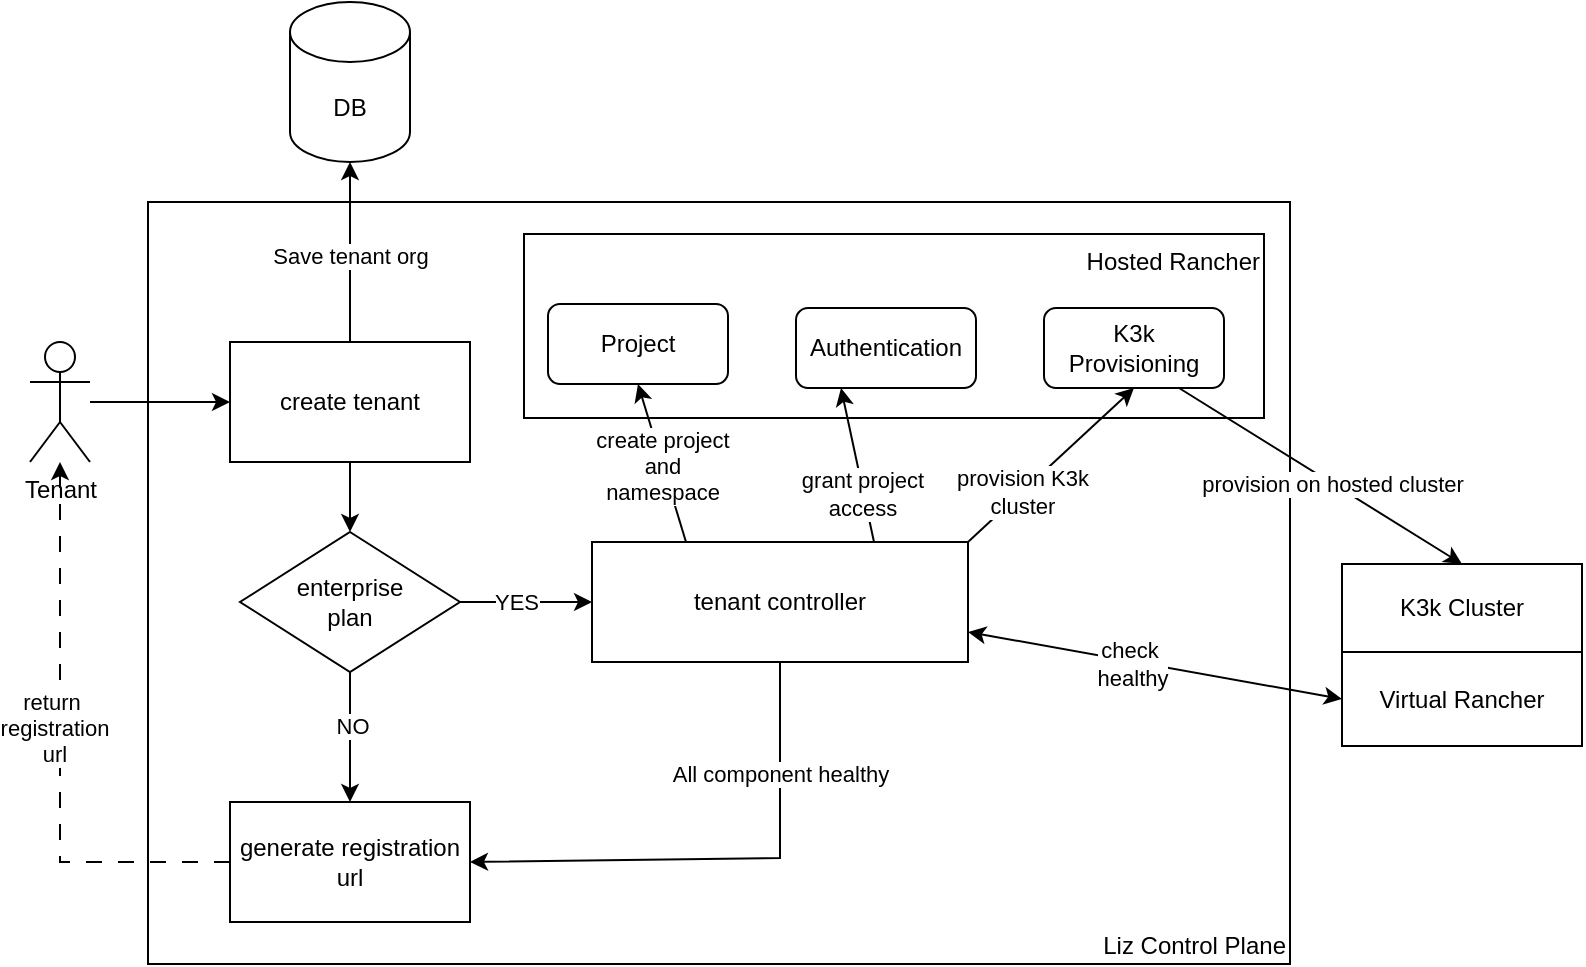
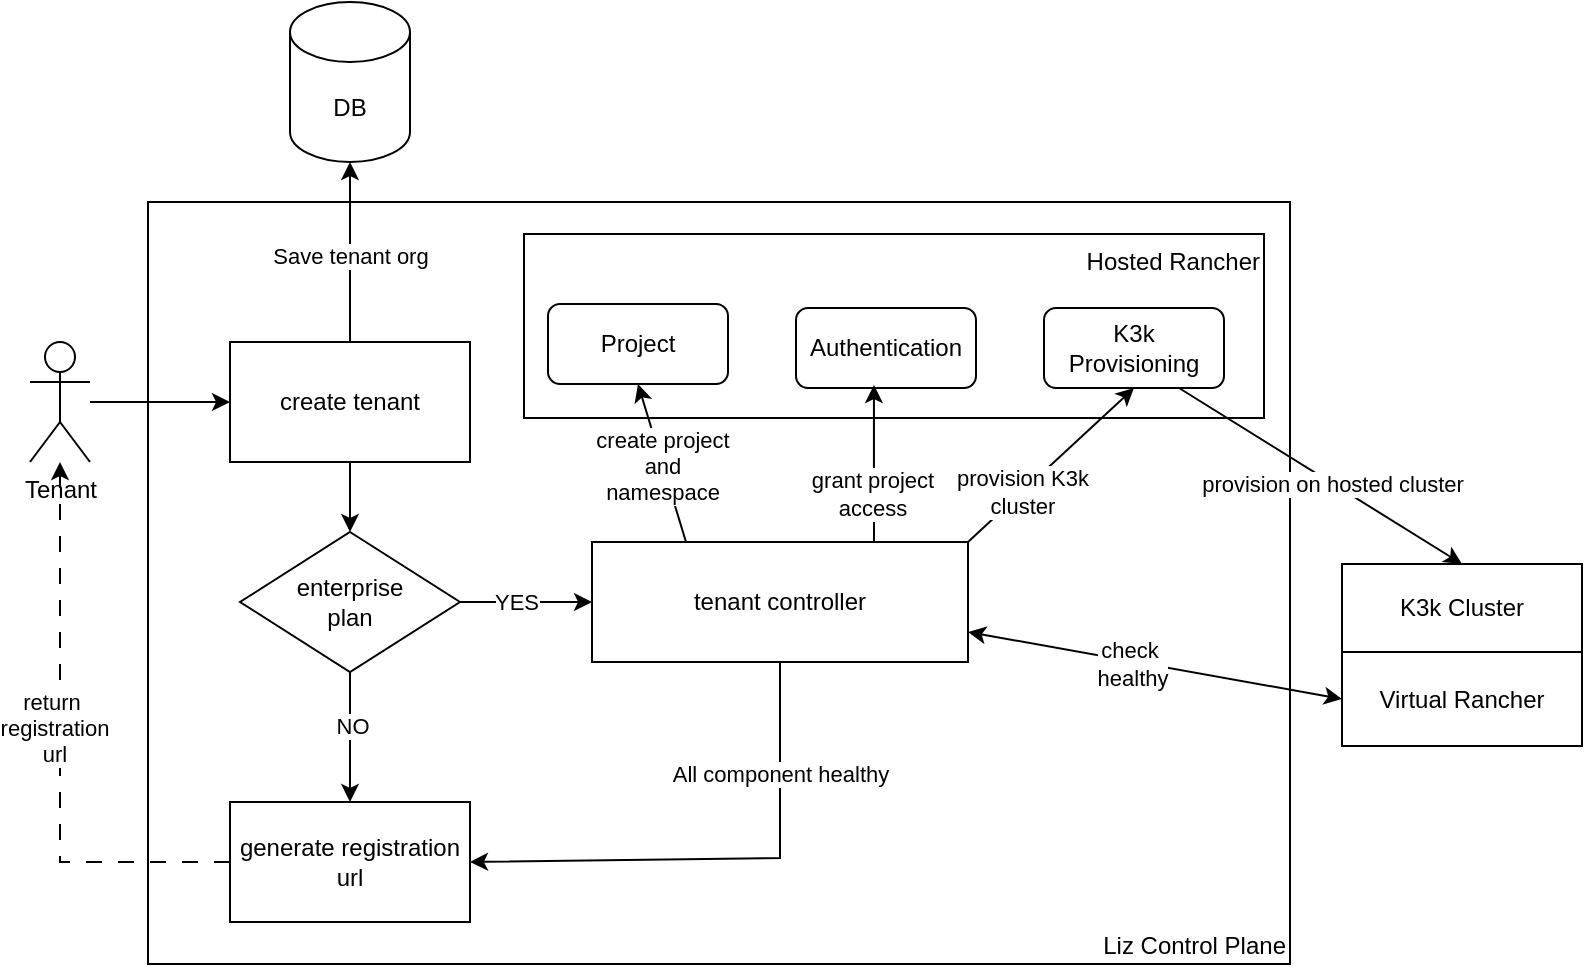
<mxfile host="app.diagrams.net">
  <diagram name="第 1 页" id="L-sD2WPmEqHrs-nHEADV">
    <mxGraphModel dx="1222" dy="745" grid="0" gridSize="10" guides="1" tooltips="1" connect="1" arrows="1" fold="1" page="1" pageScale="1" pageWidth="827" pageHeight="1169" math="0" shadow="0">
      <root>
        <mxCell id="0" />
        <mxCell id="1" parent="0" />
        <mxCell id="s9PzU-UQ4cBH2LS_8AfC-17" parent="1" style="rounded=0;whiteSpace=wrap;html=1;verticalAlign=bottom;align=right;" value="Liz Control Plane" vertex="1">
          <mxGeometry height="381" width="571" x="88" y="180" as="geometry" />
        </mxCell>
        <mxCell id="RmhtLynf-h64byK3Bh4Q-11" edge="1" parent="1" source="RmhtLynf-h64byK3Bh4Q-1" style="edgeStyle=orthogonalEdgeStyle;rounded=0;orthogonalLoop=1;jettySize=auto;html=1;" target="RmhtLynf-h64byK3Bh4Q-5" value="">
          <mxGeometry relative="1" as="geometry" />
        </mxCell>
        <mxCell id="RmhtLynf-h64byK3Bh4Q-1" parent="1" style="shape=umlActor;verticalLabelPosition=bottom;verticalAlign=top;html=1;outlineConnect=0;" value="Tenant" vertex="1">
          <mxGeometry height="60" width="30" x="29" y="250" as="geometry" />
        </mxCell>
        <mxCell id="RmhtLynf-h64byK3Bh4Q-21" edge="1" parent="1" source="RmhtLynf-h64byK3Bh4Q-5" style="edgeStyle=orthogonalEdgeStyle;rounded=0;orthogonalLoop=1;jettySize=auto;html=1;" target="RmhtLynf-h64byK3Bh4Q-20" value="">
          <mxGeometry relative="1" as="geometry" />
        </mxCell>
        <mxCell id="RmhtLynf-h64byK3Bh4Q-5" parent="1" style="rounded=0;whiteSpace=wrap;html=1;" value="create tenant" vertex="1">
          <mxGeometry height="60" width="120" x="129" y="250" as="geometry" />
        </mxCell>
        <mxCell id="RmhtLynf-h64byK3Bh4Q-6" parent="1" style="shape=cylinder3;whiteSpace=wrap;html=1;boundedLbl=1;backgroundOutline=1;size=15;" value="DB" vertex="1">
          <mxGeometry height="80" width="60" x="159" y="80" as="geometry" />
        </mxCell>
        <mxCell id="RmhtLynf-h64byK3Bh4Q-7" parent="1" style="rounded=0;whiteSpace=wrap;html=1;verticalAlign=top;align=right;" value="Hosted Rancher" vertex="1">
          <mxGeometry height="92" width="370" x="276" y="196" as="geometry" />
        </mxCell>
        <mxCell id="RmhtLynf-h64byK3Bh4Q-8" parent="1" style="rounded=1;whiteSpace=wrap;html=1;" value="Project" vertex="1">
          <mxGeometry height="40" width="90" x="288" y="231" as="geometry" />
        </mxCell>
        <mxCell id="RmhtLynf-h64byK3Bh4Q-9" parent="1" style="rounded=1;whiteSpace=wrap;html=1;" value="Authentication" vertex="1">
          <mxGeometry height="40" width="90" x="412" y="233" as="geometry" />
        </mxCell>
        <mxCell id="RmhtLynf-h64byK3Bh4Q-10" parent="1" style="rounded=1;whiteSpace=wrap;html=1;" value="K3k Provisioning" vertex="1">
          <mxGeometry height="40" width="90" x="536" y="233" as="geometry" />
        </mxCell>
        <mxCell id="RmhtLynf-h64byK3Bh4Q-12" edge="1" parent="1" source="RmhtLynf-h64byK3Bh4Q-5" style="endArrow=classic;html=1;rounded=0;exitX=0.5;exitY=0;exitDx=0;exitDy=0;entryX=0.5;entryY=1;entryDx=0;entryDy=0;entryPerimeter=0;" value="">
          <mxGeometry height="50" relative="1" width="50" as="geometry">
            <mxPoint x="229" y="230" as="sourcePoint" />
            <mxPoint x="189" y="160" as="targetPoint" />
          </mxGeometry>
        </mxCell>
        <mxCell id="RmhtLynf-h64byK3Bh4Q-13" connectable="0" parent="RmhtLynf-h64byK3Bh4Q-12" style="edgeLabel;html=1;align=center;verticalAlign=middle;resizable=0;points=[];" value="Save tenant org" vertex="1">
          <mxGeometry relative="1" x="-0.3448" as="geometry">
            <mxPoint y="-14" as="offset" />
          </mxGeometry>
        </mxCell>
        <mxCell id="RmhtLynf-h64byK3Bh4Q-28" edge="1" parent="1" source="RmhtLynf-h64byK3Bh4Q-20" style="edgeStyle=orthogonalEdgeStyle;rounded=0;orthogonalLoop=1;jettySize=auto;html=1;" target="RmhtLynf-h64byK3Bh4Q-27" value="">
          <mxGeometry relative="1" as="geometry" />
        </mxCell>
        <mxCell id="RmhtLynf-h64byK3Bh4Q-29" connectable="0" parent="RmhtLynf-h64byK3Bh4Q-28" style="edgeLabel;html=1;align=center;verticalAlign=middle;resizable=0;points=[];" value="NO" vertex="1">
          <mxGeometry relative="1" x="-0.1692" y="1" as="geometry">
            <mxPoint as="offset" />
          </mxGeometry>
        </mxCell>
        <mxCell id="s9PzU-UQ4cBH2LS_8AfC-2" edge="1" parent="1" source="RmhtLynf-h64byK3Bh4Q-20" style="edgeStyle=orthogonalEdgeStyle;rounded=0;orthogonalLoop=1;jettySize=auto;html=1;" target="s9PzU-UQ4cBH2LS_8AfC-1" value="">
          <mxGeometry relative="1" as="geometry" />
        </mxCell>
        <mxCell id="s9PzU-UQ4cBH2LS_8AfC-3" connectable="0" parent="s9PzU-UQ4cBH2LS_8AfC-2" style="edgeLabel;html=1;align=center;verticalAlign=middle;resizable=0;points=[];" value="YES" vertex="1">
          <mxGeometry relative="1" x="-0.2632" as="geometry">
            <mxPoint x="3" as="offset" />
          </mxGeometry>
        </mxCell>
        <mxCell id="RmhtLynf-h64byK3Bh4Q-20" parent="1" style="rhombus;whiteSpace=wrap;html=1;" value="enterprise&lt;div&gt;plan&lt;/div&gt;" vertex="1">
          <mxGeometry height="70" width="110" x="134" y="345" as="geometry" />
        </mxCell>
        <mxCell id="RmhtLynf-h64byK3Bh4Q-24" parent="1" style="rounded=0;whiteSpace=wrap;html=1;verticalAlign=middle;align=center;" value="Virtual Rancher" vertex="1">
          <mxGeometry height="47" width="120" x="685" y="405" as="geometry" />
        </mxCell>
        <mxCell id="RmhtLynf-h64byK3Bh4Q-27" parent="1" style="rounded=0;whiteSpace=wrap;html=1;" value="generate registration url" vertex="1">
          <mxGeometry height="60" width="120" x="129" y="480" as="geometry" />
        </mxCell>
        <mxCell id="RmhtLynf-h64byK3Bh4Q-31" edge="1" parent="1" source="RmhtLynf-h64byK3Bh4Q-27" style="endArrow=classic;html=1;rounded=0;exitX=0;exitY=0.5;exitDx=0;exitDy=0;dashed=1;dashPattern=8 8;" target="RmhtLynf-h64byK3Bh4Q-1" value="">
          <mxGeometry height="50" relative="1" width="50" as="geometry">
            <Array as="points">
              <mxPoint x="44" y="510" />
            </Array>
            <mxPoint x="9" y="530" as="sourcePoint" />
            <mxPoint x="59" y="480" as="targetPoint" />
          </mxGeometry>
        </mxCell>
        <mxCell id="RmhtLynf-h64byK3Bh4Q-32" connectable="0" parent="RmhtLynf-h64byK3Bh4Q-31" style="edgeLabel;html=1;align=center;verticalAlign=middle;resizable=0;points=[];" value="return&amp;nbsp;&lt;div&gt;registration&lt;/div&gt;&lt;div&gt;url&lt;/div&gt;" vertex="1">
          <mxGeometry relative="1" x="0.0667" y="3" as="geometry">
            <mxPoint as="offset" />
          </mxGeometry>
        </mxCell>
        <mxCell id="s9PzU-UQ4cBH2LS_8AfC-1" parent="1" style="rounded=0;whiteSpace=wrap;html=1;" value="tenant controller" vertex="1">
          <mxGeometry height="60" width="188" x="310" y="350" as="geometry" />
        </mxCell>
        <mxCell id="s9PzU-UQ4cBH2LS_8AfC-4" edge="1" parent="1" source="s9PzU-UQ4cBH2LS_8AfC-1" style="endArrow=classic;html=1;rounded=0;exitX=0.25;exitY=0;exitDx=0;exitDy=0;entryX=0.5;entryY=1;entryDx=0;entryDy=0;" target="RmhtLynf-h64byK3Bh4Q-8" value="">
          <mxGeometry height="50" relative="1" width="50" as="geometry">
            <mxPoint x="343" y="334" as="sourcePoint" />
            <mxPoint x="393" y="284" as="targetPoint" />
          </mxGeometry>
        </mxCell>
        <mxCell id="s9PzU-UQ4cBH2LS_8AfC-5" connectable="0" parent="s9PzU-UQ4cBH2LS_8AfC-4" style="edgeLabel;html=1;align=center;verticalAlign=middle;resizable=0;points=[];" value="create project&lt;div&gt;and&lt;/div&gt;&lt;div&gt;namespace&lt;/div&gt;" vertex="1">
          <mxGeometry relative="1" x="-0.0292" y="1" as="geometry">
            <mxPoint as="offset" />
          </mxGeometry>
        </mxCell>
-         <mxCell id="s9PzU-UQ4cBH2LS_8AfC-6" edge="1" parent="1" source="s9PzU-UQ4cBH2LS_8AfC-1" style="endArrow=classic;html=1;rounded=0;exitX=0.75;exitY=0;exitDx=0;exitDy=0;entryX=0.25;entryY=1;entryDx=0;entryDy=0;" target="RmhtLynf-h64byK3Bh4Q-9" value="">
+         <mxCell id="s9PzU-UQ4cBH2LS_8AfC-6" edge="1" parent="1" source="s9PzU-UQ4cBH2LS_8AfC-1" style="endArrow=classic;html=1;rounded=0;exitX=0.75;exitY=0;exitDx=0;exitDy=0;entryX=0.433;entryY=0.963;entryDx=0;entryDy=0;entryPerimeter=0;" target="RmhtLynf-h64byK3Bh4Q-9" value="">
          <mxGeometry height="50" relative="1" width="50" as="geometry">
            <mxPoint x="444" y="339" as="sourcePoint" />
            <mxPoint x="494" y="289" as="targetPoint" />
          </mxGeometry>
        </mxCell>
        <mxCell id="s9PzU-UQ4cBH2LS_8AfC-7" connectable="0" parent="s9PzU-UQ4cBH2LS_8AfC-6" style="edgeLabel;html=1;align=center;verticalAlign=middle;resizable=0;points=[];" value="grant project&lt;div&gt;access&lt;/div&gt;" vertex="1">
          <mxGeometry relative="1" x="-0.3697" y="1" as="geometry">
            <mxPoint as="offset" />
          </mxGeometry>
        </mxCell>
        <mxCell id="s9PzU-UQ4cBH2LS_8AfC-8" edge="1" parent="1" source="s9PzU-UQ4cBH2LS_8AfC-1" style="endArrow=classic;html=1;rounded=0;exitX=1;exitY=0;exitDx=0;exitDy=0;entryX=0.5;entryY=1;entryDx=0;entryDy=0;" target="RmhtLynf-h64byK3Bh4Q-10" value="">
          <mxGeometry height="50" relative="1" width="50" as="geometry">
            <mxPoint x="524" y="364" as="sourcePoint" />
            <mxPoint x="574" y="314" as="targetPoint" />
          </mxGeometry>
        </mxCell>
        <mxCell id="s9PzU-UQ4cBH2LS_8AfC-9" connectable="0" parent="s9PzU-UQ4cBH2LS_8AfC-8" style="edgeLabel;html=1;align=center;verticalAlign=middle;resizable=0;points=[];" value="provision K3k&lt;div&gt;cluster&lt;/div&gt;" vertex="1">
          <mxGeometry relative="1" x="-0.3336" y="1" as="geometry">
            <mxPoint y="1" as="offset" />
          </mxGeometry>
        </mxCell>
        <mxCell id="s9PzU-UQ4cBH2LS_8AfC-10" parent="1" style="rounded=0;whiteSpace=wrap;html=1;" value="K3k Cluster" vertex="1">
          <mxGeometry height="44" width="120" x="685" y="361" as="geometry" />
        </mxCell>
        <mxCell id="s9PzU-UQ4cBH2LS_8AfC-11" edge="1" parent="1" source="RmhtLynf-h64byK3Bh4Q-10" style="endArrow=classic;html=1;rounded=0;exitX=0.75;exitY=1;exitDx=0;exitDy=0;entryX=0.5;entryY=0;entryDx=0;entryDy=0;" target="s9PzU-UQ4cBH2LS_8AfC-10" value="">
          <mxGeometry height="50" relative="1" width="50" as="geometry">
            <mxPoint x="748" y="334" as="sourcePoint" />
            <mxPoint x="798" y="284" as="targetPoint" />
          </mxGeometry>
        </mxCell>
        <mxCell id="s9PzU-UQ4cBH2LS_8AfC-12" connectable="0" parent="s9PzU-UQ4cBH2LS_8AfC-11" style="edgeLabel;html=1;align=center;verticalAlign=middle;resizable=0;points=[];" value="provision on hosted cluster" vertex="1">
          <mxGeometry relative="1" x="0.0723" as="geometry">
            <mxPoint as="offset" />
          </mxGeometry>
        </mxCell>
        <mxCell id="s9PzU-UQ4cBH2LS_8AfC-13" edge="1" parent="1" source="s9PzU-UQ4cBH2LS_8AfC-1" style="endArrow=classic;startArrow=classic;html=1;rounded=0;exitX=1;exitY=0.75;exitDx=0;exitDy=0;entryX=0;entryY=0.5;entryDx=0;entryDy=0;" target="RmhtLynf-h64byK3Bh4Q-24" value="">
          <mxGeometry height="50" relative="1" width="50" as="geometry">
            <mxPoint x="539" y="484" as="sourcePoint" />
            <mxPoint x="666" y="420.5" as="targetPoint" />
          </mxGeometry>
        </mxCell>
        <mxCell id="s9PzU-UQ4cBH2LS_8AfC-14" connectable="0" parent="s9PzU-UQ4cBH2LS_8AfC-13" style="edgeLabel;html=1;align=center;verticalAlign=middle;resizable=0;points=[];" value="check&amp;nbsp;&lt;div&gt;healthy&lt;/div&gt;" vertex="1">
          <mxGeometry relative="1" x="-0.3333" as="geometry">
            <mxPoint x="19" y="5" as="offset" />
          </mxGeometry>
        </mxCell>
        <mxCell id="s9PzU-UQ4cBH2LS_8AfC-15" edge="1" parent="1" source="s9PzU-UQ4cBH2LS_8AfC-1" style="endArrow=classic;html=1;rounded=0;exitX=0.5;exitY=1;exitDx=0;exitDy=0;entryX=1;entryY=0.5;entryDx=0;entryDy=0;" target="RmhtLynf-h64byK3Bh4Q-27" value="">
          <mxGeometry height="50" relative="1" width="50" as="geometry">
            <Array as="points">
              <mxPoint x="404" y="508" />
            </Array>
            <mxPoint x="382" y="546" as="sourcePoint" />
            <mxPoint x="432" y="496" as="targetPoint" />
          </mxGeometry>
        </mxCell>
        <mxCell id="s9PzU-UQ4cBH2LS_8AfC-16" connectable="0" parent="s9PzU-UQ4cBH2LS_8AfC-15" style="edgeLabel;html=1;align=center;verticalAlign=middle;resizable=0;points=[];" value="All component healthy" vertex="1">
          <mxGeometry relative="1" x="-0.5692" as="geometry">
            <mxPoint y="1" as="offset" />
          </mxGeometry>
        </mxCell>
      </root>
    </mxGraphModel>
  </diagram>
</mxfile>
